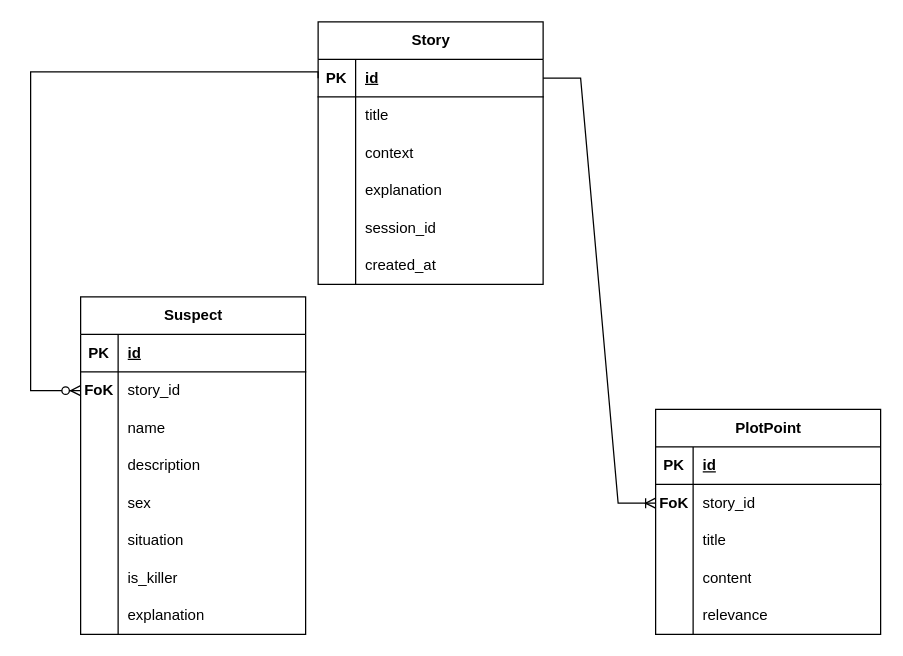
Earlier version of the draw.io diagram backend/database.drawio (hoanglvuit/Detective-Game). Source tidied: cells renumbered, new cells numbered last; positions are measured from the earlier drawing's top-left corner, leaving out a move shared by most shapes. Both pictures are drawn from the tidied source at 125%, with x=0, y=0 at pixel (30, 21).
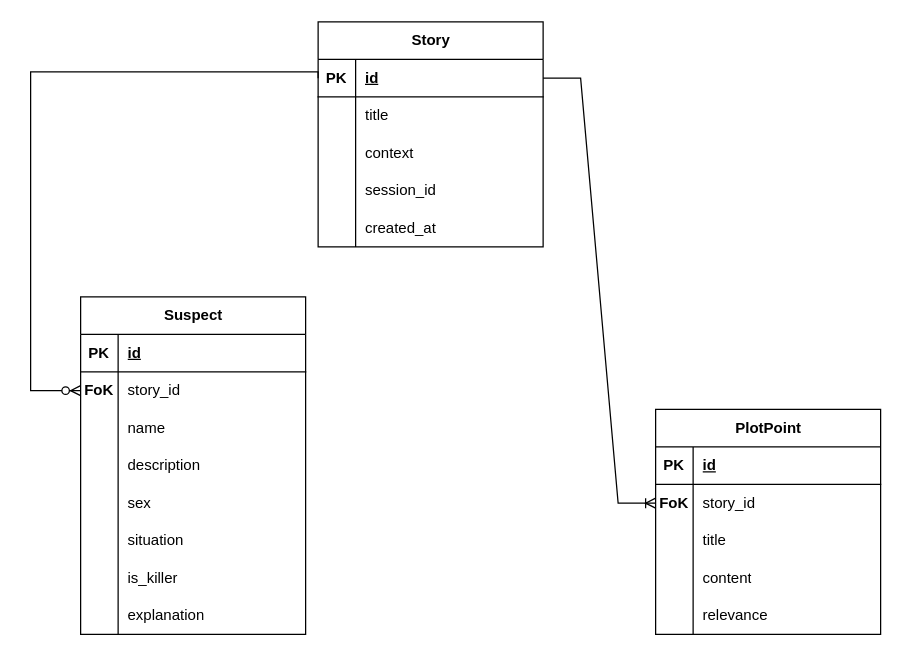
The same diagram, later.

What changed in the source:
```diff
@@
     <mxCell id="2" value="Story" style="shape=table;startSize=30;childLayout=tableLayout;rowLines=0;fontStyle=1;align=center;html=1;" parent="1" vertex="1">
-      <mxGeometry x="230" width="180" height="210" as="geometry" />
+      <mxGeometry x="230" width="180" height="180" as="geometry" />
     </mxCell>
@@
-    <mxCell id="12" style="shape=tableRow;horizontal=0;startSize=0;swimlaneHead=0;swimlaneBody=0;fillColor=none;top=0;left=0;right=0;bottom=0;" parent="2" vertex="1">
-      <mxGeometry y="120" width="180" height="30" as="geometry" />
-    </mxCell>
-    <mxCell id="13" value="&lt;div&gt;&lt;br&gt;&lt;/div&gt;&lt;div&gt;&lt;br&gt;&lt;/div&gt;" style="shape=partialRectangle;fillColor=none;top=0;left=0;bottom=0;right=0;overflow=hidden;whiteSpace=wrap;html=1;" parent="12" vertex="1">
-      <mxGeometry width="30" height="30" as="geometry" />
-    </mxCell>
-    <mxCell id="14" value="explanation" style="shape=partialRectangle;fillColor=none;top=0;left=0;bottom=0;right=0;align=left;spacingLeft=6;overflow=hidden;whiteSpace=wrap;html=1;" parent="12" vertex="1">
-      <mxGeometry x="30" width="150" height="30" as="geometry" />
-    </mxCell>
     <mxCell id="15" style="shape=tableRow;horizontal=0;startSize=0;swimlaneHead=0;swimlaneBody=0;fillColor=none;top=0;left=0;right=0;bottom=0;" parent="2" vertex="1">
-      <mxGeometry y="150" width="180" height="30" as="geometry" />
+      <mxGeometry y="120" width="180" height="30" as="geometry" />
     </mxCell>
@@
     <mxCell id="18" style="shape=tableRow;horizontal=0;startSize=0;swimlaneHead=0;swimlaneBody=0;fillColor=none;top=0;left=0;right=0;bottom=0;" parent="2" vertex="1">
-      <mxGeometry y="180" width="180" height="30" as="geometry" />
+      <mxGeometry y="150" width="180" height="30" as="geometry" />
     </mxCell>
```
